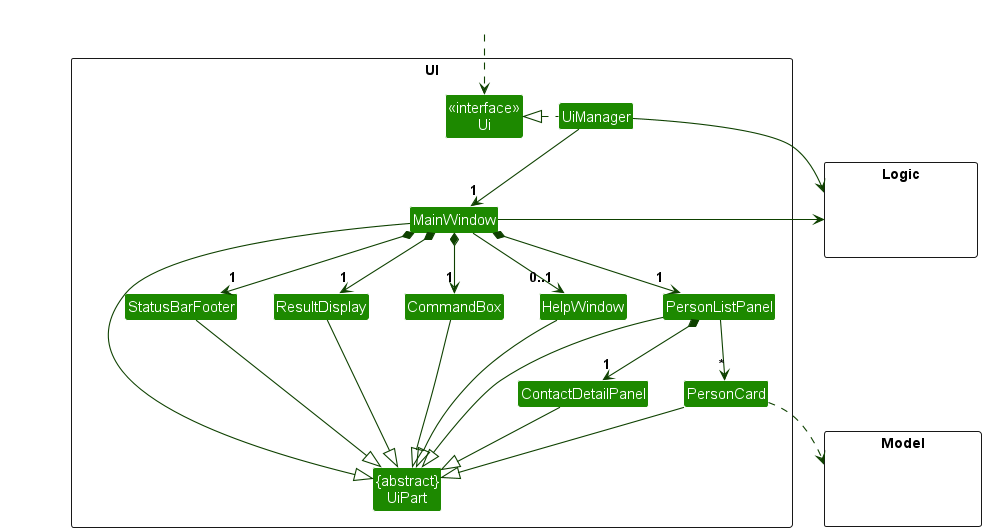
Earlier version of the PlantUML export docs/images/UiClassDiagram.png (AY2627S1-CS2103T-T17-1/tp).
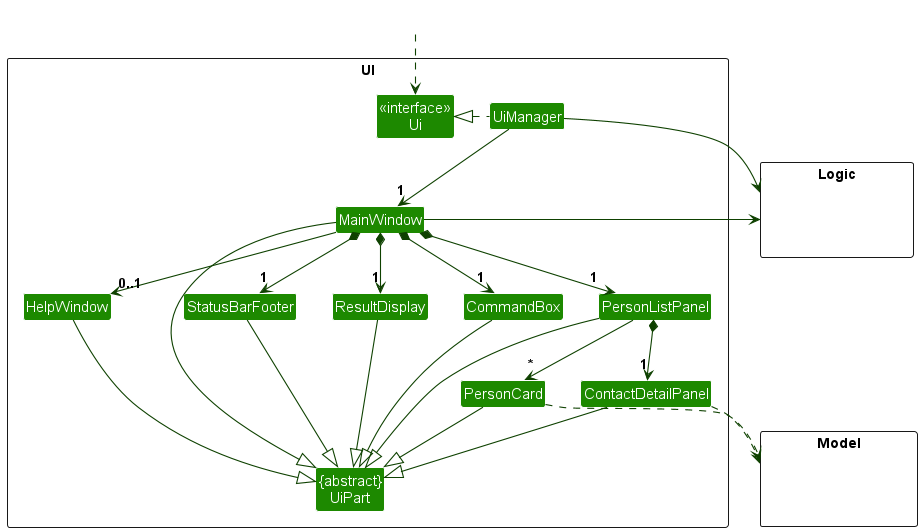
After the change.

Change to the diagram source:
```diff
@@ -51,6 +51,7 @@
 HelpWindow --|> UiPart
 
 PersonCard ..> Model
+ContactDetailPanel ..> Model
 UiManager -right-> Logic
 MainWindow -left-> Logic
 
```
